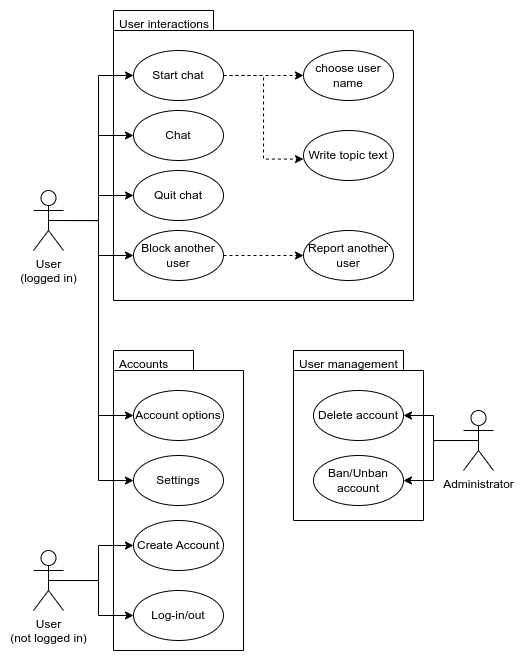
Before: docs/use_cases/images/SoftwareRequirementsSpecification.png, a diagram exported from draw.io (schw1erig/commonSonar). Source tidied: cells renumbered, new cells last; positions are measured from the earlier drawing's top-left corner, leaving out a move shared by most shapes.
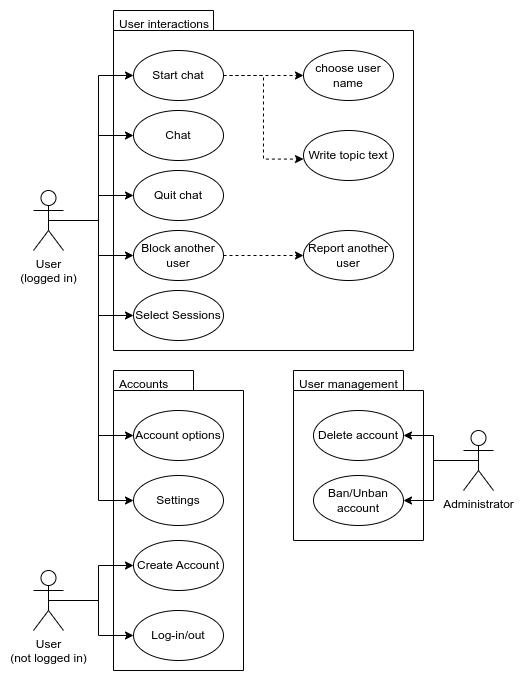
Later version of the same file.

Commit message:
Adjusted UC-Diagram for already ongoing sessions

Change to the diagram source:
```diff
@@ -6,7 +6,7 @@
       <mxGeometry x="80" y="340" width="130" height="300" as="geometry" />
     </mxCell>
     <mxCell id="3" style="shape=folder;fontStyle=1;spacingTop=10;tabWidth=100;tabHeight=20;tabPosition=left;html=1;" parent="1" vertex="1">
-      <mxGeometry x="80" width="300" height="290" as="geometry" />
+      <mxGeometry x="80" y="-20" width="300" height="340" as="geometry" />
     </mxCell>
     <mxCell id="4" style="edgeStyle=orthogonalEdgeStyle;rounded=0;jettySize=auto;html=1;exitX=0.5;exitY=0.5;exitDx=0;exitDy=0;exitPerimeter=0;entryX=0;entryY=0.5;entryDx=0;entryDy=0;" parent="1" edge="1" source="9" target="35">
       <mxGeometry relative="1" as="geometry" />
@@ -23,8 +23,11 @@
     <mxCell id="8" style="edgeStyle=orthogonalEdgeStyle;rounded=0;jettySize=auto;html=1;exitX=0.5;exitY=0.5;exitDx=0;exitDy=0;exitPerimeter=0;entryX=0;entryY=0.5;entryDx=0;entryDy=0;" parent="1" edge="1" source="9" target="12">
       <mxGeometry relative="1" as="geometry" />
     </mxCell>
+    <mxCell id="37" style="edgeStyle=orthogonalEdgeStyle;rounded=0;jettySize=auto;html=1;exitX=0.5;exitY=0.5;exitDx=0;exitDy=0;exitPerimeter=0;entryX=0;entryY=0.5;entryDx=0;entryDy=0;" parent="1" edge="1" source="9" target="38">
+      <mxGeometry relative="1" as="geometry" />
+    </mxCell>
     <mxCell id="9" value="User&lt;br&gt;(logged in)" style="shape=umlActor;verticalLabelPosition=bottom;verticalAlign=top;html=1;" parent="1" vertex="1">
-      <mxGeometry y="180" width="30" height="60" as="geometry" />
+      <mxGeometry y="160" width="30" height="60" as="geometry" />
     </mxCell>
     <mxCell id="10" style="edgeStyle=orthogonalEdgeStyle;rounded=0;jettySize=auto;html=1;exitX=1;exitY=0.5;exitDx=0;exitDy=0;dashed=1;" parent="1" edge="1" source="12" target="18">
       <mxGeometry relative="1" as="geometry" />
@@ -33,28 +36,28 @@
       <mxGeometry relative="1" as="geometry" />
     </mxCell>
     <mxCell id="12" value="Start chat" style="ellipse;whiteSpace=wrap;html=1;" parent="1" vertex="1">
-      <mxGeometry x="100" y="40" width="90" height="50" as="geometry" />
+      <mxGeometry x="100" y="20" width="90" height="50" as="geometry" />
     </mxCell>
     <mxCell id="13" value="Write topic text" style="ellipse;whiteSpace=wrap;html=1;" parent="1" vertex="1">
-      <mxGeometry x="270" y="120" width="90" height="50" as="geometry" />
+      <mxGeometry x="270" y="100" width="90" height="50" as="geometry" />
     </mxCell>
     <mxCell id="14" value="Chat" style="ellipse;whiteSpace=wrap;html=1;" parent="1" vertex="1">
-      <mxGeometry x="100" y="100" width="90" height="50" as="geometry" />
+      <mxGeometry x="100" y="80" width="90" height="50" as="geometry" />
     </mxCell>
     <mxCell id="15" value="Quit chat" style="ellipse;whiteSpace=wrap;html=1;" parent="1" vertex="1">
-      <mxGeometry x="100" y="160" width="90" height="50" as="geometry" />
+      <mxGeometry x="100" y="140" width="90" height="50" as="geometry" />
     </mxCell>
     <mxCell id="16" style="edgeStyle=orthogonalEdgeStyle;rounded=0;jettySize=auto;html=1;exitX=1;exitY=0.5;exitDx=0;exitDy=0;dashed=1;" parent="1" edge="1" source="17" target="26">
       <mxGeometry relative="1" as="geometry" />
     </mxCell>
     <mxCell id="17" value="Block another user" style="ellipse;whiteSpace=wrap;html=1;" parent="1" vertex="1">
-      <mxGeometry x="100" y="220" width="90" height="50" as="geometry" />
+      <mxGeometry x="100" y="200" width="90" height="50" as="geometry" />
     </mxCell>
     <mxCell id="18" value="choose user name" style="ellipse;whiteSpace=wrap;html=1;" parent="1" vertex="1">
-      <mxGeometry x="270" y="40" width="90" height="50" as="geometry" />
+      <mxGeometry x="270" y="20" width="90" height="50" as="geometry" />
     </mxCell>
     <mxCell id="19" value="User interactions" style="text;strokeColor=none;fillColor=none;align=left;verticalAlign=top;spacingLeft=4;spacingRight=4;overflow=hidden;" parent="1" vertex="1">
-      <mxGeometry x="80" width="100" height="26" as="geometry" />
+      <mxGeometry x="80" y="-20" width="100" height="26" as="geometry" />
     </mxCell>
     <mxCell id="20" value="Accounts&#10;" style="text;strokeColor=none;fillColor=none;align=left;verticalAlign=top;spacingLeft=4;spacingRight=4;overflow=hidden;" parent="1" vertex="1">
       <mxGeometry x="80" y="340" width="80" height="20" as="geometry" />
@@ -75,7 +78,7 @@
       <mxGeometry x="100" y="580" width="90" height="50" as="geometry" />
     </mxCell>
     <mxCell id="26" value="Report another user" style="ellipse;whiteSpace=wrap;html=1;" parent="1" vertex="1">
-      <mxGeometry x="270" y="220" width="90" height="50" as="geometry" />
+      <mxGeometry x="270" y="200" width="90" height="50" as="geometry" />
     </mxCell>
     <mxCell id="27" style="shape=folder;fontStyle=1;spacingTop=10;tabWidth=110;tabHeight=20;tabPosition=left;html=1;" parent="1" vertex="1">
       <mxGeometry x="260" y="340" width="130" height="170" as="geometry" />
@@ -107,5 +110,8 @@
     <mxCell id="36" style="edgeStyle=orthogonalEdgeStyle;rounded=0;jettySize=auto;html=1;exitX=0.5;exitY=0.5;exitDx=0;exitDy=0;exitPerimeter=0;entryX=0;entryY=0.5;entryDx=0;entryDy=0;" parent="1" edge="1" source="9" target="34">
       <mxGeometry relative="1" as="geometry" />
     </mxCell>
+    <mxCell id="38" value="Select Sessions" style="ellipse;whiteSpace=wrap;html=1;" parent="1" vertex="1">
+      <mxGeometry x="100" y="260" width="90" height="50" as="geometry" />
+    </mxCell>
   </root>
 </mxGraphModel>
```
